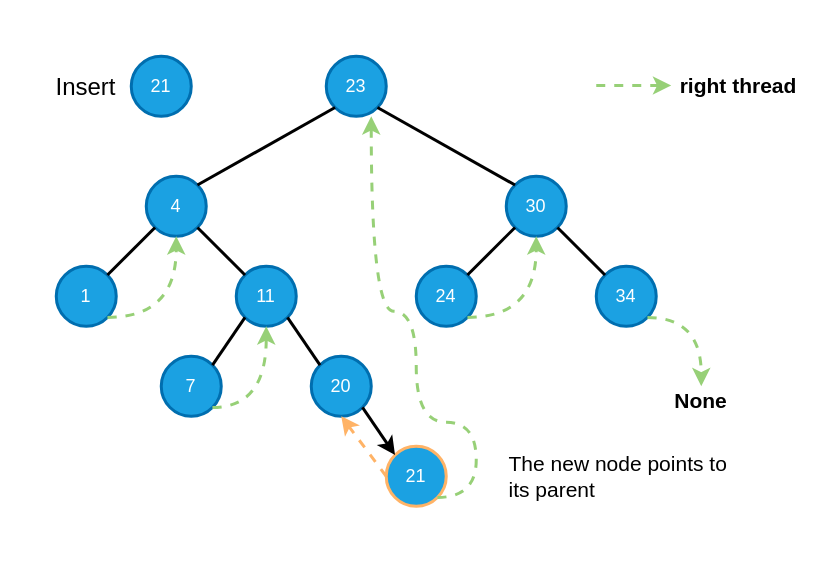
shunsvineyard/pyforest keeps this draw.io diagram as page "06" (6 of 14) of diagrams/right_tbst_insert.drawio. Above is the earlier version. Source tidied: cells renumbered, new cells numbered last; positions are measured from the earlier drawing's top-left corner, leaving out a move shared by most shapes. Both pictures are drawn from the tidied source at 150%, with x=0, y=0 at pixel (26, 26).
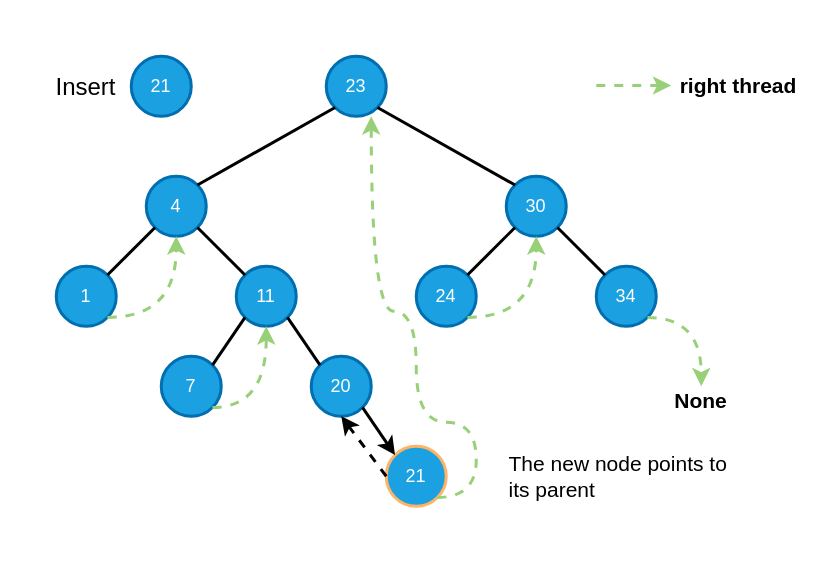
After the change.

The change refers to these unchanged cells:
```xml
<mxCell id="11" value="20" style="ellipse;whiteSpace=wrap;html=1;strokeColor=#006EAF;strokeWidth=2;fillColor=#1ba1e2;fontColor=#ffffff;" parent="1" vertex="1">
  <mxGeometry x="190" y="220" width="40" height="40" as="geometry" />
</mxCell>
<mxCell id="29" value="21" style="ellipse;whiteSpace=wrap;html=1;strokeColor=#FFB366;strokeWidth=2;fillColor=#1ba1e2;fontColor=#ffffff;" parent="1" vertex="1">
  <mxGeometry x="240" y="280" width="40" height="40" as="geometry" />
</mxCell>
```

Change to the diagram source:
```diff
@@
-    <mxCell id="32" style="endArrow=classic;html=1;dashed=1;strokeColor=#FFB366;strokeWidth=2;exitX=0;exitY=0.5;exitDx=0;exitDy=0;entryX=0.5;entryY=1;entryDx=0;entryDy=0;" parent="1" edge="1" source="29" target="11">
+    <mxCell id="32" style="endArrow=classic;html=1;dashed=1;strokeColor=#000000;strokeWidth=2;exitX=0;exitY=0.5;exitDx=0;exitDy=0;entryX=0.5;entryY=1;entryDx=0;entryDy=0;" parent="1" edge="1" source="29" target="11">
       <mxGeometry relative="1" as="geometry" />
     </mxCell>
```
